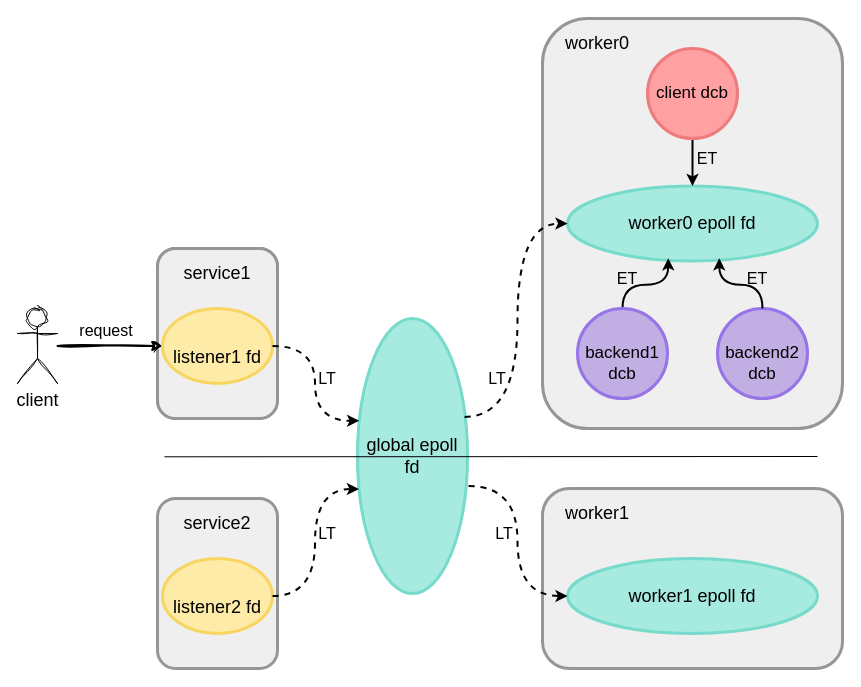
Before: page "第 2 页" (2 of 6) of MaxScale.drawio in alchemy-lee/common-resource, a draw.io diagram. Source tidied: cells renumbered, new cells numbered last; positions are measured from the earlier drawing's top-left corner, leaving out a move shared by most shapes. Both pictures are drawn from the tidied source at 100%, with x=0, y=0 at pixel (17, 18). Pictures stored in the file or linked from it are replaced by grey dashed boxes.
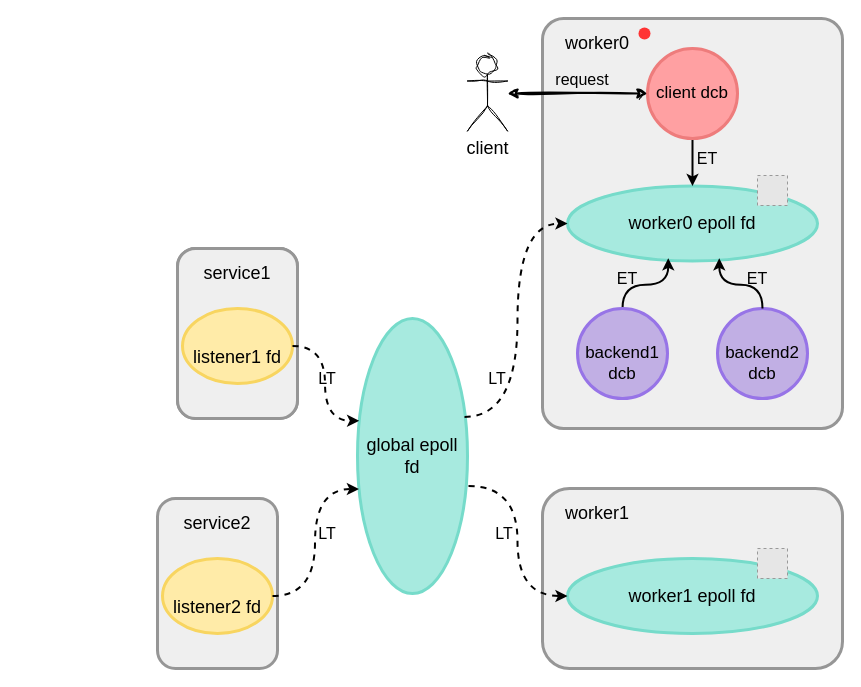
Above is the later version.

The change refers to these unchanged cells:
```xml
<mxCell id="11" value="&lt;font face=&quot;JetBrainsMonoNL Nerd Font Mono&quot; style=&quot;font-size: 18px;&quot;&gt;&lt;br&gt;listener1 fd&lt;/font&gt;" style="ellipse;whiteSpace=wrap;html=1;align=center;fillColor=#ffeba8;strokeColor=#f8d560;strokeWidth=3;rounded=0;" parent="9" vertex="1">
  <mxGeometry x="5" y="60" width="110" height="75" as="geometry" />
</mxCell>
<mxCell id="26" value="&lt;font style=&quot;font-size: 17px;&quot; face=&quot;JetBrainsMonoNL Nerd Font Mono&quot;&gt;client dcb&lt;/font&gt;" style="ellipse;whiteSpace=wrap;html=1;fillColor=#ffa0a2;strokeColor=#ee7c7c;strokeWidth=3;" parent="1" vertex="1">
  <mxGeometry x="630" y="30" width="90" height="90" as="geometry" />
</mxCell>
```

Diff of the diagram source:
```diff
@@
-    <mxCell id="2" style="rounded=1;whiteSpace=wrap;html=1;fillColor=#efefef;strokeColor=#969696;strokeWidth=3;" parent="1" vertex="1">
+    <mxCell id="2" style="rounded=1;whiteSpace=wrap;html=1;fillColor=#efefef;strokeColor=#969696;strokeWidth=3;arcSize=7;" parent="1" vertex="1">
       <mxGeometry x="525" width="300" height="410" as="geometry" />
     </mxCell>
@@
     <mxCell id="9" style="group;verticalAlign=middle;fillColor=#efefef;strokeColor=#969696;rounded=1;strokeWidth=3;" parent="1" vertex="1">
-      <mxGeometry x="140" y="230" width="120" height="170" as="geometry" />
+      <mxGeometry x="160" y="230" width="120" height="170" as="geometry" />
     </mxCell>
@@
-    <mxCell id="29" style="endArrow=none;html=1;rounded=0;exitX=0.017;exitY=0.271;exitDx=0;exitDy=0;exitPerimeter=0;" parent="1" edge="1">
-      <mxGeometry relative="1" as="geometry">
-        <mxPoint x="146.9" y="438.3" as="sourcePoint" />
-        <mxPoint x="800" y="438" as="targetPoint" />
-      </mxGeometry>
-    </mxCell>
@@
-    <mxCell id="35" style="edgeStyle=orthogonalEdgeStyle;rounded=0;jettySize=auto;html=1;strokeWidth=2;startArrow=none;startFill=0;shadow=0;sketch=1;curveFitting=1;jiggle=2;" parent="1" edge="1" source="36" target="11">
+    <mxCell id="35" style="edgeStyle=orthogonalEdgeStyle;rounded=0;jettySize=auto;html=1;strokeWidth=2;startArrow=classic;startFill=1;shadow=0;sketch=1;curveFitting=1;jiggle=2;entryX=0;entryY=0.5;entryDx=0;entryDy=0;" parent="1" edge="1" source="36" target="26">
       <mxGeometry relative="1" as="geometry" />
     </mxCell>
     <mxCell id="36" value="&lt;font face=&quot;JetBrainsMonoNL Nerd Font Mono&quot; style=&quot;font-size: 18px;&quot;&gt;client&lt;/font&gt;" style="shape=umlActor;verticalLabelPosition=bottom;verticalAlign=top;html=1;outlineConnect=0;sketch=1;curveFitting=1;jiggle=2;" parent="1" vertex="1">
-      <mxGeometry y="290" width="40" height="75" as="geometry" />
+      <mxGeometry x="450" y="37.5" width="40" height="75" as="geometry" />
     </mxCell>
     <mxCell id="37" value="&lt;font face=&quot;JetBrainsMonoNL Nerd Font Mono&quot; style=&quot;font-size: 16px;&quot;&gt;request&lt;/font&gt;" style="text;html=1;strokeColor=none;fillColor=none;align=center;verticalAlign=middle;whiteSpace=wrap;rounded=0;" parent="1" vertex="1">
-      <mxGeometry x="69" y="302" width="40" height="20" as="geometry" />
+      <mxGeometry x="545" y="51" width="40" height="20" as="geometry" />
     </mxCell>
+    <mxCell id="38" style="ellipse;whiteSpace=wrap;html=1;fillColor=#FF3333;strokeColor=none;" parent="1" vertex="1">
+      <mxGeometry x="621" y="9" width="12" height="12" as="geometry" />
+    </mxCell>
+    <mxCell id="39" style="fillColor=#E6E6E6;strokeColor=#999999;dashed=1;verticalLabelPosition=bottom;labelBackgroundColor=default;verticalAlign=top;" parent="1" vertex="1">
+      <mxGeometry x="740" y="530" width="30" height="30" as="geometry" />
+    </mxCell>
+    <mxCell id="40" style="fillColor=#E6E6E6;strokeColor=#999999;dashed=1;verticalLabelPosition=bottom;labelBackgroundColor=default;verticalAlign=top;" parent="1" vertex="1">
+      <mxGeometry x="740" y="157" width="30" height="30" as="geometry" />
+    </mxCell>
```
